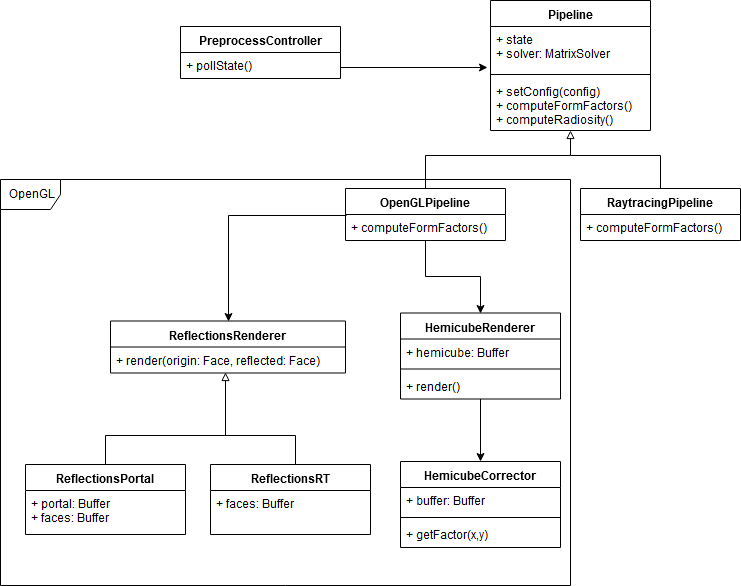
Above: docs/latex/assets/preprocess.png in brunosegiu/radiosum (draw.io), before the change. Source tidied: cells renumbered, new cells last; positions are measured from the earlier drawing's top-left corner, leaving out a move shared by most shapes. Source of this version:
```xml
<mxGraphModel>
  <root>
    <mxCell id="0" />
    <mxCell id="1" parent="0" />
    <mxCell id="2" style="edgeStyle=orthogonalEdgeStyle;rounded=0;jettySize=auto;html=1;exitX=1;exitY=0.5;exitDx=0;exitDy=0;entryX=-0.019;entryY=0.932;entryDx=0;entryDy=0;entryPerimeter=0;endArrow=classic;endFill=1;" parent="1" edge="1" source="3" target="6">
      <mxGeometry relative="1" as="geometry">
        <Array as="points">
          <mxPoint x="340" y="67" />
        </Array>
      </mxGeometry>
    </mxCell>
    <mxCell id="3" value="PreprocessController" style="swimlane;fontStyle=1;align=center;verticalAlign=top;horizontal=1;startSize=26;" parent="1" vertex="1">
      <mxGeometry x="180" y="26" width="160" height="52" as="geometry" />
    </mxCell>
    <mxCell id="4" value="+ pollState()" style="text;strokeColor=none;fillColor=none;align=left;verticalAlign=top;spacingLeft=4;spacingRight=4;overflow=hidden;points=[[0,0.5],[1,0.5]];portConstraint=eastwest;" parent="3" vertex="1">
      <mxGeometry y="26" width="160" height="26" as="geometry" />
    </mxCell>
    <mxCell id="5" value="Pipeline" style="swimlane;fontStyle=1;align=center;verticalAlign=top;horizontal=1;startSize=26;" parent="1" vertex="1">
      <mxGeometry x="490" width="160" height="130" as="geometry" />
    </mxCell>
    <mxCell id="6" value="+ state&#10;+ solver: MatrixSolver&#10;" style="text;strokeColor=none;fillColor=none;align=left;verticalAlign=top;spacingLeft=4;spacingRight=4;overflow=hidden;points=[[0,0.5],[1,0.5]];portConstraint=eastwest;" parent="5" vertex="1">
      <mxGeometry y="26" width="160" height="44" as="geometry" />
    </mxCell>
    <mxCell id="7" style="line;strokeWidth=1;fillColor=none;align=left;verticalAlign=middle;spacingTop=-1;spacingLeft=3;spacingRight=3;labelPosition=right;" parent="5" vertex="1">
      <mxGeometry y="70" width="160" height="8" as="geometry" />
    </mxCell>
    <mxCell id="8" value="+ setConfig(config)&#10;+ computeFormFactors()&#10;+ computeRadiosity()&#10;&#10;" style="text;strokeColor=none;fillColor=none;align=left;verticalAlign=top;spacingLeft=4;spacingRight=4;overflow=hidden;" parent="5" vertex="1">
      <mxGeometry y="78" width="160" height="52" as="geometry" />
    </mxCell>
    <mxCell id="9" style="edgeStyle=orthogonalEdgeStyle;rounded=0;jettySize=auto;html=1;exitX=0.5;exitY=0;exitDx=0;exitDy=0;entryX=0.5;entryY=1;entryDx=0;entryDy=0;endArrow=block;endFill=0;" parent="1" edge="1" source="11" target="5">
      <mxGeometry relative="1" as="geometry">
        <Array as="points">
          <mxPoint x="425" y="155" />
          <mxPoint x="570" y="155" />
        </Array>
      </mxGeometry>
    </mxCell>
    <mxCell id="10" style="edgeStyle=orthogonalEdgeStyle;rounded=0;jettySize=auto;html=1;exitX=0.5;exitY=1;exitDx=0;exitDy=0;entryX=0.5;entryY=0;entryDx=0;entryDy=0;endArrow=classic;endFill=1;" parent="1" edge="1" source="11" target="19">
      <mxGeometry relative="1" as="geometry" />
    </mxCell>
    <mxCell id="11" value="OpenGLPipeline" style="swimlane;fontStyle=1;align=center;verticalAlign=top;horizontal=1;startSize=26;" parent="1" vertex="1">
      <mxGeometry x="345" y="188" width="160" height="52" as="geometry" />
    </mxCell>
    <mxCell id="12" value="+ computeFormFactors()" style="text;strokeColor=none;fillColor=none;align=left;verticalAlign=top;spacingLeft=4;spacingRight=4;overflow=hidden;points=[[0,0.5],[1,0.5]];portConstraint=eastwest;" parent="11" vertex="1">
      <mxGeometry y="26" width="160" height="26" as="geometry" />
    </mxCell>
    <mxCell id="13" style="edgeStyle=orthogonalEdgeStyle;rounded=0;jettySize=auto;html=1;exitX=0.5;exitY=0;exitDx=0;exitDy=0;endArrow=none;endFill=0;" parent="1" edge="1" source="14">
      <mxGeometry relative="1" as="geometry">
        <mxPoint x="570" y="155" as="targetPoint" />
        <Array as="points">
          <mxPoint x="660" y="155" />
        </Array>
      </mxGeometry>
    </mxCell>
    <mxCell id="14" value="RaytracingPipeline" style="swimlane;fontStyle=1;align=center;verticalAlign=top;horizontal=1;startSize=26;" parent="1" vertex="1">
      <mxGeometry x="580" y="188" width="160" height="52" as="geometry" />
    </mxCell>
    <mxCell id="15" value="+ computeFormFactors()" style="text;strokeColor=none;fillColor=none;align=left;verticalAlign=top;spacingLeft=4;spacingRight=4;overflow=hidden;" parent="14" vertex="1">
      <mxGeometry y="26" width="160" height="26" as="geometry" />
    </mxCell>
    <mxCell id="16" value="ReflectionsRenderer" style="swimlane;fontStyle=1;align=center;verticalAlign=top;horizontal=1;startSize=26;" parent="1" vertex="1">
      <mxGeometry x="110" y="320.5" width="235" height="52" as="geometry" />
    </mxCell>
    <mxCell id="17" value="+ render(origin: Face, reflected: Face)" style="text;strokeColor=none;fillColor=none;align=left;verticalAlign=top;spacingLeft=4;spacingRight=4;overflow=hidden;" parent="16" vertex="1">
      <mxGeometry y="26" width="235" height="26" as="geometry" />
    </mxCell>
    <mxCell id="18" style="edgeStyle=orthogonalEdgeStyle;rounded=0;jettySize=auto;html=1;entryX=0.5;entryY=0;entryDx=0;entryDy=0;endArrow=classic;endFill=1;" parent="1" edge="1" source="19" target="27">
      <mxGeometry relative="1" as="geometry" />
    </mxCell>
    <mxCell id="19" value="HemicubeRenderer" style="swimlane;fontStyle=1;align=center;verticalAlign=top;horizontal=1;startSize=26;" parent="1" vertex="1">
      <mxGeometry x="400" y="312.5" width="160" height="86" as="geometry" />
    </mxCell>
    <mxCell id="20" value="+ hemicube: Buffer" style="text;strokeColor=none;fillColor=none;align=left;verticalAlign=top;spacingLeft=4;spacingRight=4;overflow=hidden;" parent="19" vertex="1">
      <mxGeometry y="26" width="160" height="26" as="geometry" />
    </mxCell>
    <mxCell id="21" style="line;strokeWidth=1;fillColor=none;align=left;verticalAlign=middle;spacingTop=-1;spacingLeft=3;spacingRight=3;labelPosition=right;" parent="19" vertex="1">
      <mxGeometry y="52" width="160" height="8" as="geometry" />
    </mxCell>
    <mxCell id="22" value="+ render()" style="text;strokeColor=none;fillColor=none;align=left;verticalAlign=top;spacingLeft=4;spacingRight=4;overflow=hidden;" parent="19" vertex="1">
      <mxGeometry y="60" width="160" height="26" as="geometry" />
    </mxCell>
    <mxCell id="23" style="edgeStyle=orthogonalEdgeStyle;rounded=0;orthogonalLoop=1;jettySize=auto;html=1;exitX=0.5;exitY=0;exitDx=0;exitDy=0;endArrow=none;endFill=0;" parent="1" edge="1">
      <mxGeometry relative="1" as="geometry">
        <mxPoint x="294.8" y="463.5" as="sourcePoint" />
        <mxPoint x="220" y="435" as="targetPoint" />
        <Array as="points">
          <mxPoint x="295" y="435" />
        </Array>
      </mxGeometry>
    </mxCell>
    <mxCell id="24" style="edgeStyle=orthogonalEdgeStyle;rounded=0;jettySize=auto;html=1;exitX=0.5;exitY=0;exitDx=0;exitDy=0;endArrow=block;endFill=0;" parent="1" edge="1" source="25">
      <mxGeometry relative="1" as="geometry">
        <mxPoint x="225" y="372" as="targetPoint" />
        <Array as="points">
          <mxPoint x="105" y="435" />
          <mxPoint x="225" y="435" />
        </Array>
      </mxGeometry>
    </mxCell>
    <mxCell id="25" value="ReflectionsPortal" style="swimlane;fontStyle=1;align=center;verticalAlign=top;horizontal=1;startSize=26;" parent="1" vertex="1">
      <mxGeometry x="25" y="464" width="160" height="70" as="geometry" />
    </mxCell>
    <mxCell id="26" value="+ portal: Buffer&#10;+ faces: Buffer&#10;" style="text;strokeColor=none;fillColor=none;align=left;verticalAlign=top;spacingLeft=4;spacingRight=4;overflow=hidden;" parent="25" vertex="1">
      <mxGeometry y="26" width="160" height="44" as="geometry" />
    </mxCell>
    <mxCell id="27" value="HemicubeCorrector" style="swimlane;fontStyle=1;align=center;verticalAlign=top;horizontal=1;startSize=26;" parent="1" vertex="1">
      <mxGeometry x="400" y="461" width="160" height="86" as="geometry" />
    </mxCell>
    <mxCell id="28" value="+ buffer: Buffer" style="text;strokeColor=none;fillColor=none;align=left;verticalAlign=top;spacingLeft=4;spacingRight=4;overflow=hidden;" parent="27" vertex="1">
      <mxGeometry y="26" width="160" height="26" as="geometry" />
    </mxCell>
    <mxCell id="29" style="line;strokeWidth=1;fillColor=none;align=left;verticalAlign=middle;spacingTop=-1;spacingLeft=3;spacingRight=3;labelPosition=right;" parent="27" vertex="1">
      <mxGeometry y="52" width="160" height="8" as="geometry" />
    </mxCell>
    <mxCell id="30" value="+ getFactor(x,y)" style="text;strokeColor=none;fillColor=none;align=left;verticalAlign=top;spacingLeft=4;spacingRight=4;overflow=hidden;" parent="27" vertex="1">
      <mxGeometry y="60" width="160" height="26" as="geometry" />
    </mxCell>
    <mxCell id="31" value="OpenGL" style="shape=umlFrame;whiteSpace=wrap;html=1;" parent="1" vertex="1">
      <mxGeometry y="179" width="570" height="406" as="geometry" />
    </mxCell>
    <mxCell id="32" style="edgeStyle=orthogonalEdgeStyle;rounded=0;jettySize=auto;html=1;exitX=0.004;exitY=0.045;exitDx=0;exitDy=0;entryX=0.5;entryY=0;entryDx=0;entryDy=0;endArrow=classic;endFill=1;exitPerimeter=0;" parent="1" edge="1" source="12" target="16">
      <mxGeometry relative="1" as="geometry">
        <Array as="points">
          <mxPoint x="228" y="215" />
        </Array>
      </mxGeometry>
    </mxCell>
    <mxCell id="33" value="ReflectionsRT" style="swimlane;fontStyle=1;align=center;verticalAlign=top;horizontal=1;startSize=26;" parent="1" vertex="1">
      <mxGeometry x="210" y="464" width="160" height="70" as="geometry" />
    </mxCell>
    <mxCell id="34" value="+ faces: Buffer&#10;" style="text;strokeColor=none;fillColor=none;align=left;verticalAlign=top;spacingLeft=4;spacingRight=4;overflow=hidden;" parent="33" vertex="1">
      <mxGeometry y="26" width="160" height="44" as="geometry" />
    </mxCell>
  </root>
</mxGraphModel>
```
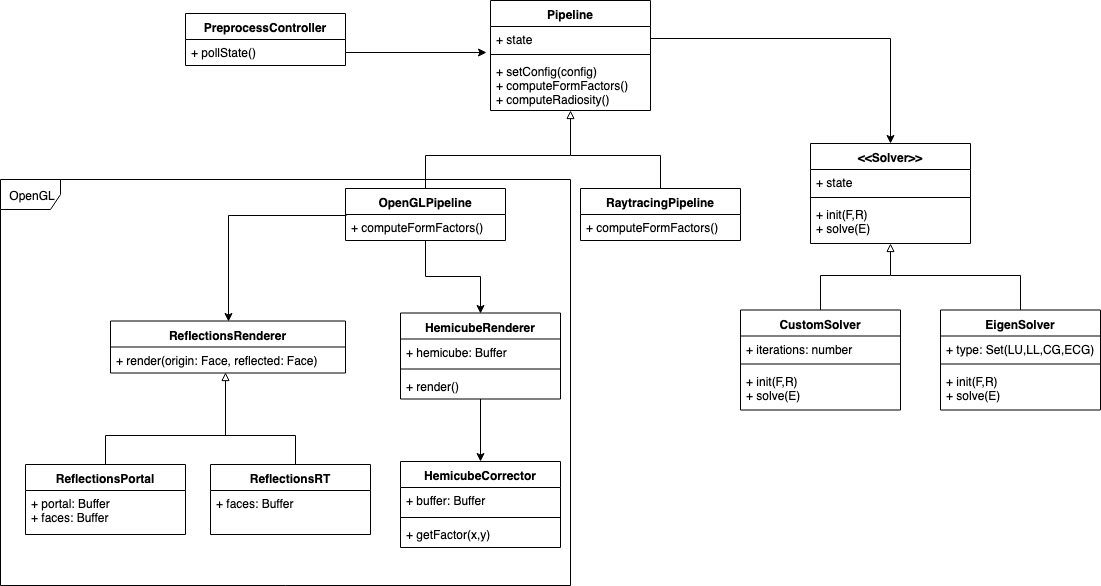
The same file after the commit.

Change to the diagram source:
```diff
@@ -2,30 +2,23 @@
   <root>
     <mxCell id="0" />
     <mxCell id="1" parent="0" />
-    <mxCell id="2" style="edgeStyle=orthogonalEdgeStyle;rounded=0;jettySize=auto;html=1;exitX=1;exitY=0.5;exitDx=0;exitDy=0;entryX=-0.019;entryY=0.932;entryDx=0;entryDy=0;entryPerimeter=0;endArrow=classic;endFill=1;" parent="1" edge="1" source="3" target="6">
-      <mxGeometry relative="1" as="geometry">
-        <Array as="points">
-          <mxPoint x="340" y="67" />
-        </Array>
-      </mxGeometry>
-    </mxCell>
     <mxCell id="3" value="PreprocessController" style="swimlane;fontStyle=1;align=center;verticalAlign=top;horizontal=1;startSize=26;" parent="1" vertex="1">
-      <mxGeometry x="180" y="26" width="160" height="52" as="geometry" />
+      <mxGeometry x="185" y="13" width="160" height="52" as="geometry" />
     </mxCell>
     <mxCell id="4" value="+ pollState()" style="text;strokeColor=none;fillColor=none;align=left;verticalAlign=top;spacingLeft=4;spacingRight=4;overflow=hidden;points=[[0,0.5],[1,0.5]];portConstraint=eastwest;" parent="3" vertex="1">
       <mxGeometry y="26" width="160" height="26" as="geometry" />
     </mxCell>
     <mxCell id="5" value="Pipeline" style="swimlane;fontStyle=1;align=center;verticalAlign=top;horizontal=1;startSize=26;" parent="1" vertex="1">
-      <mxGeometry x="490" width="160" height="130" as="geometry" />
+      <mxGeometry x="490" width="160" height="110" as="geometry" />
     </mxCell>
-    <mxCell id="6" value="+ state&#10;+ solver: MatrixSolver&#10;" style="text;strokeColor=none;fillColor=none;align=left;verticalAlign=top;spacingLeft=4;spacingRight=4;overflow=hidden;points=[[0,0.5],[1,0.5]];portConstraint=eastwest;" parent="5" vertex="1">
-      <mxGeometry y="26" width="160" height="44" as="geometry" />
+    <mxCell id="6" value="+ state&#10;" style="text;strokeColor=none;fillColor=none;align=left;verticalAlign=top;spacingLeft=4;spacingRight=4;overflow=hidden;points=[[0,0.5],[1,0.5]];portConstraint=eastwest;" parent="5" vertex="1">
+      <mxGeometry y="26" width="160" height="24" as="geometry" />
     </mxCell>
     <mxCell id="7" style="line;strokeWidth=1;fillColor=none;align=left;verticalAlign=middle;spacingTop=-1;spacingLeft=3;spacingRight=3;labelPosition=right;" parent="5" vertex="1">
-      <mxGeometry y="70" width="160" height="8" as="geometry" />
+      <mxGeometry y="50" width="160" height="8" as="geometry" />
     </mxCell>
     <mxCell id="8" value="+ setConfig(config)&#10;+ computeFormFactors()&#10;+ computeRadiosity()&#10;&#10;" style="text;strokeColor=none;fillColor=none;align=left;verticalAlign=top;spacingLeft=4;spacingRight=4;overflow=hidden;" parent="5" vertex="1">
-      <mxGeometry y="78" width="160" height="52" as="geometry" />
+      <mxGeometry y="58" width="160" height="52" as="geometry" />
     </mxCell>
     <mxCell id="9" style="edgeStyle=orthogonalEdgeStyle;rounded=0;jettySize=auto;html=1;exitX=0.5;exitY=0;exitDx=0;exitDy=0;entryX=0.5;entryY=1;entryDx=0;entryDy=0;endArrow=block;endFill=0;" parent="1" edge="1" source="11" target="5">
       <mxGeometry relative="1" as="geometry">
@@ -131,5 +124,63 @@
     <mxCell id="34" value="+ faces: Buffer&#10;" style="text;strokeColor=none;fillColor=none;align=left;verticalAlign=top;spacingLeft=4;spacingRight=4;overflow=hidden;" parent="33" vertex="1">
       <mxGeometry y="26" width="160" height="44" as="geometry" />
     </mxCell>
+    <mxCell id="35" value="&lt;&lt;Solver&gt;&gt;" style="swimlane;fontStyle=1;align=center;verticalAlign=top;horizontal=1;startSize=26;" parent="1" vertex="1">
+      <mxGeometry x="810" y="143" width="160" height="100" as="geometry" />
+    </mxCell>
+    <mxCell id="36" value="+ state&#10;" style="text;strokeColor=none;fillColor=none;align=left;verticalAlign=top;spacingLeft=4;spacingRight=4;overflow=hidden;" parent="35" vertex="1">
+      <mxGeometry y="26" width="160" height="24" as="geometry" />
+    </mxCell>
+    <mxCell id="37" style="line;strokeWidth=1;fillColor=none;align=left;verticalAlign=middle;spacingTop=-1;spacingLeft=3;spacingRight=3;labelPosition=right;" parent="35" vertex="1">
+      <mxGeometry y="50" width="160" height="8" as="geometry" />
+    </mxCell>
+    <mxCell id="38" value="+ init(F,R)&#10;+ solve(E)&#10;" style="text;strokeColor=none;fillColor=none;align=left;verticalAlign=top;spacingLeft=4;spacingRight=4;overflow=hidden;" parent="35" vertex="1">
+      <mxGeometry y="58" width="160" height="42" as="geometry" />
+    </mxCell>
+    <mxCell id="39" style="edgeStyle=orthogonalEdgeStyle;rounded=0;jettySize=auto;html=1;exitX=1;exitY=0.5;exitDx=0;exitDy=0;entryX=-0.025;entryY=1.083;entryDx=0;entryDy=0;entryPerimeter=0;" parent="1" edge="1" source="4" target="6">
+      <mxGeometry relative="1" as="geometry" />
+    </mxCell>
+    <mxCell id="40" style="edgeStyle=orthogonalEdgeStyle;rounded=0;jettySize=auto;html=1;exitX=1;exitY=0.5;exitDx=0;exitDy=0;" parent="1" edge="1" source="6" target="35">
+      <mxGeometry relative="1" as="geometry" />
+    </mxCell>
+    <mxCell id="41" style="edgeStyle=orthogonalEdgeStyle;rounded=0;jettySize=auto;html=1;exitX=0.5;exitY=0;exitDx=0;exitDy=0;entryX=0.5;entryY=1;entryDx=0;entryDy=0;endArrow=block;endFill=0;" parent="1" edge="1" source="42" target="35">
+      <mxGeometry relative="1" as="geometry">
+        <Array as="points">
+          <mxPoint x="820" y="275" />
+          <mxPoint x="890" y="275" />
+        </Array>
+      </mxGeometry>
+    </mxCell>
+    <mxCell id="42" value="CustomSolver" style="swimlane;fontStyle=1;align=center;verticalAlign=top;horizontal=1;startSize=26;" parent="1" vertex="1">
+      <mxGeometry x="740" y="309.5" width="160" height="100" as="geometry" />
+    </mxCell>
+    <mxCell id="43" value="+ iterations: number&#10;" style="text;strokeColor=none;fillColor=none;align=left;verticalAlign=top;spacingLeft=4;spacingRight=4;overflow=hidden;" parent="42" vertex="1">
+      <mxGeometry y="26" width="160" height="24" as="geometry" />
+    </mxCell>
+    <mxCell id="44" style="line;strokeWidth=1;fillColor=none;align=left;verticalAlign=middle;spacingTop=-1;spacingLeft=3;spacingRight=3;labelPosition=right;" parent="42" vertex="1">
+      <mxGeometry y="50" width="160" height="8" as="geometry" />
+    </mxCell>
+    <mxCell id="45" value="+ init(F,R)&#10;+ solve(E)&#10;" style="text;strokeColor=none;fillColor=none;align=left;verticalAlign=top;spacingLeft=4;spacingRight=4;overflow=hidden;" parent="42" vertex="1">
+      <mxGeometry y="58" width="160" height="42" as="geometry" />
+    </mxCell>
+    <mxCell id="46" style="edgeStyle=orthogonalEdgeStyle;rounded=0;jettySize=auto;html=1;exitX=0.5;exitY=0;exitDx=0;exitDy=0;endArrow=none;endFill=0;" parent="1" edge="1" source="47">
+      <mxGeometry relative="1" as="geometry">
+        <mxPoint x="890" y="275" as="targetPoint" />
+        <Array as="points">
+          <mxPoint x="1020" y="275" />
+        </Array>
+      </mxGeometry>
+    </mxCell>
+    <mxCell id="47" value="EigenSolver" style="swimlane;fontStyle=1;align=center;verticalAlign=top;horizontal=1;startSize=26;" parent="1" vertex="1">
+      <mxGeometry x="940" y="309.5" width="160" height="100" as="geometry" />
+    </mxCell>
+    <mxCell id="48" value="+ type: Set(LU,LL,CG,ECG)&#10;" style="text;strokeColor=none;fillColor=none;align=left;verticalAlign=top;spacingLeft=4;spacingRight=4;overflow=hidden;" parent="47" vertex="1">
+      <mxGeometry y="26" width="160" height="24" as="geometry" />
+    </mxCell>
+    <mxCell id="49" style="line;strokeWidth=1;fillColor=none;align=left;verticalAlign=middle;spacingTop=-1;spacingLeft=3;spacingRight=3;labelPosition=right;" parent="47" vertex="1">
+      <mxGeometry y="50" width="160" height="8" as="geometry" />
+    </mxCell>
+    <mxCell id="50" value="+ init(F,R)&#10;+ solve(E)&#10;" style="text;strokeColor=none;fillColor=none;align=left;verticalAlign=top;spacingLeft=4;spacingRight=4;overflow=hidden;" parent="47" vertex="1">
+      <mxGeometry y="58" width="160" height="42" as="geometry" />
+    </mxCell>
   </root>
 </mxGraphModel>
```
